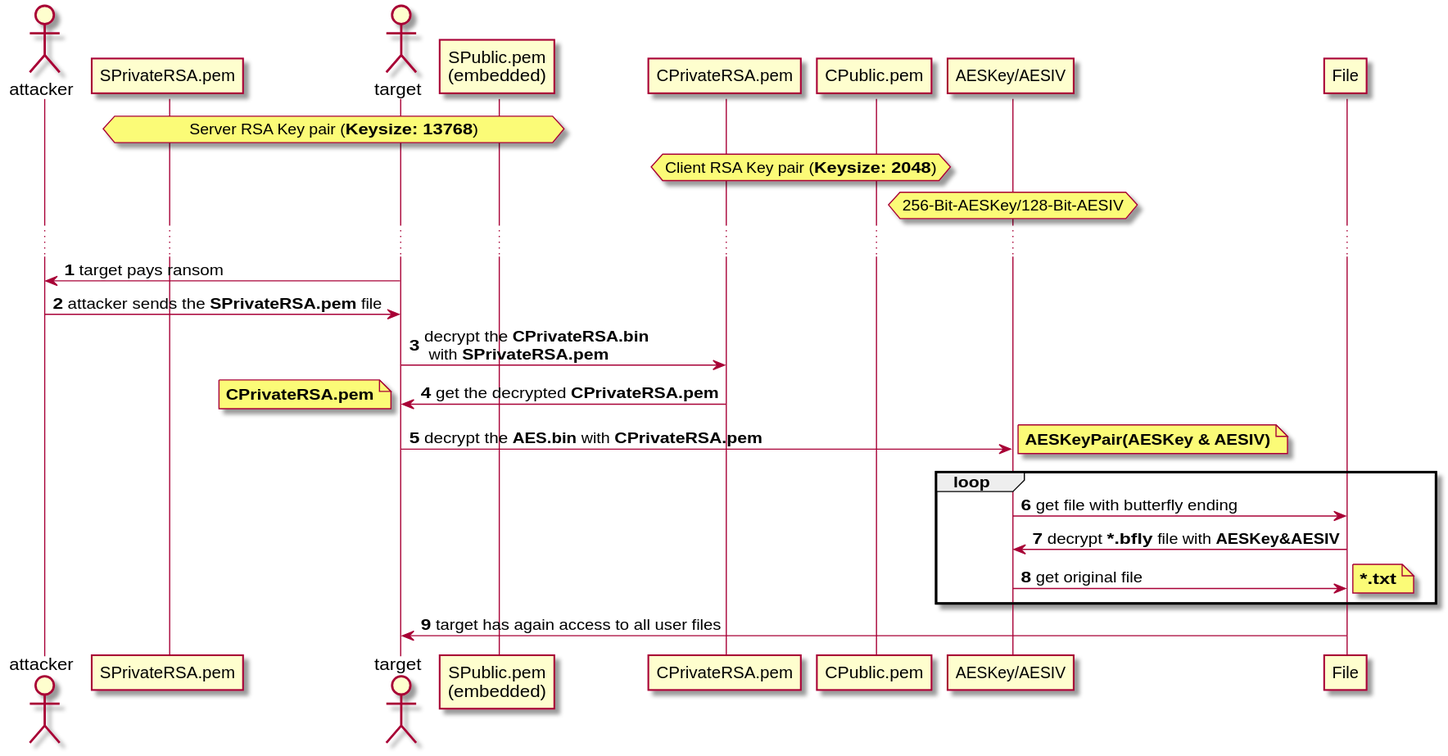
This is architecture/sequence_diagrams/decryption.svg from bierschi/butterfly, a PlantUML export, as it was before one commit.
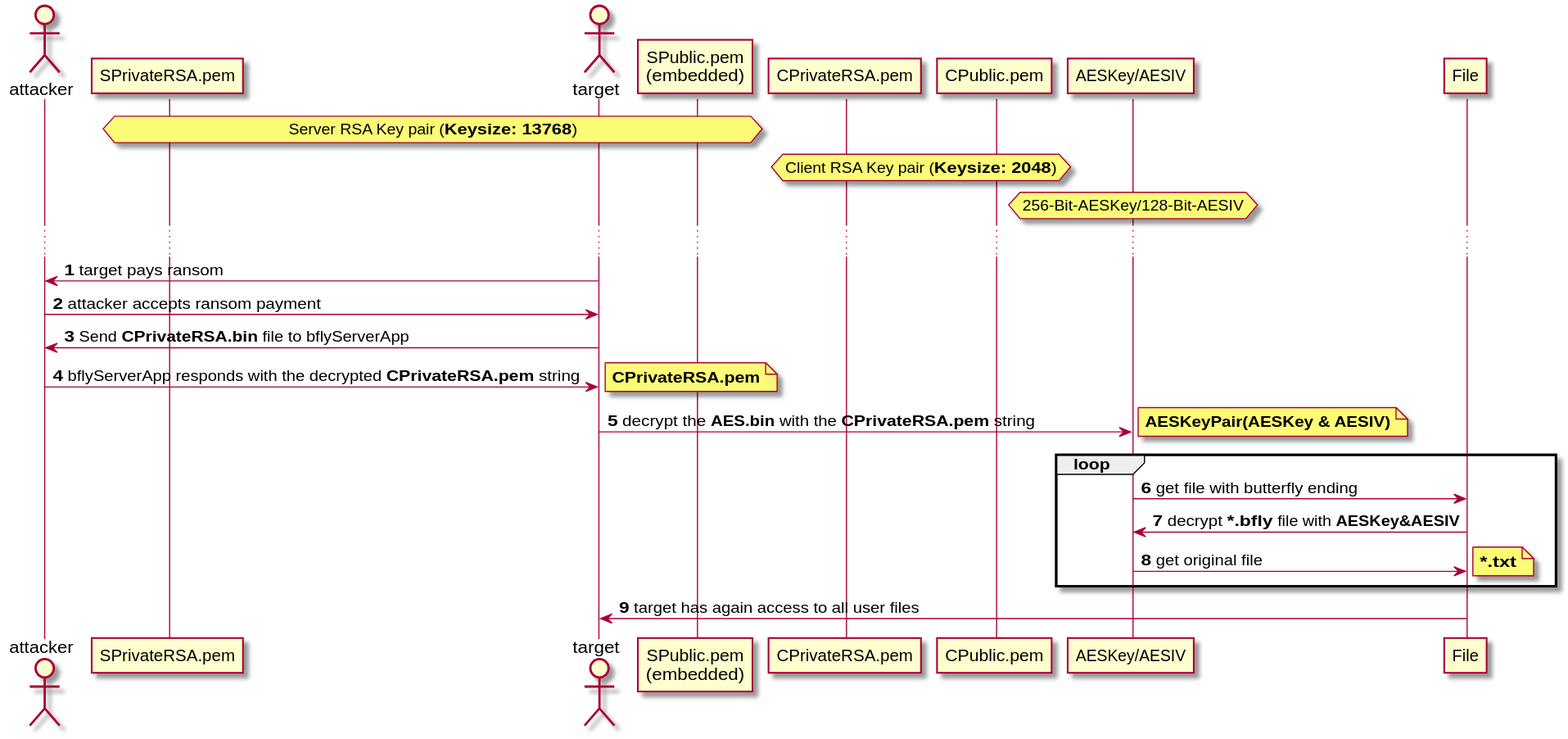
After the change.

The edit, as a diff of the source:
```diff
@@ -15,12 +15,12 @@
 hnote over AESKey: 256-Bit-AESKey/128-Bit-AESIV
 ...
 attacker <- target: target pays ransom
-attacker -> target: attacker sends the **SPrivateRSA.pem** file
+attacker -> target: attacker accepts ransom payment
+attacker <- target: Send **CPrivateRSA.bin** file to bflyServerApp
+attacker -> target: bflyServerApp responds with the decrypted **CPrivateRSA.pem** string
+note right: **CPrivateRSA.pem**
 
-target -> CPrivate: decrypt the **CPrivateRSA.bin**\n with **SPrivateRSA.pem**
-CPrivate -> target: get the decrypted **CPrivateRSA.pem**
-note left: **CPrivateRSA.pem**
-target -> AESKey: decrypt the **AES.bin** with **CPrivateRSA.pem**
+target -> AESKey: decrypt the **AES.bin** with the **CPrivateRSA.pem** string
 note right: **AESKeyPair(AESKey & AESIV)**
 
 loop
```
